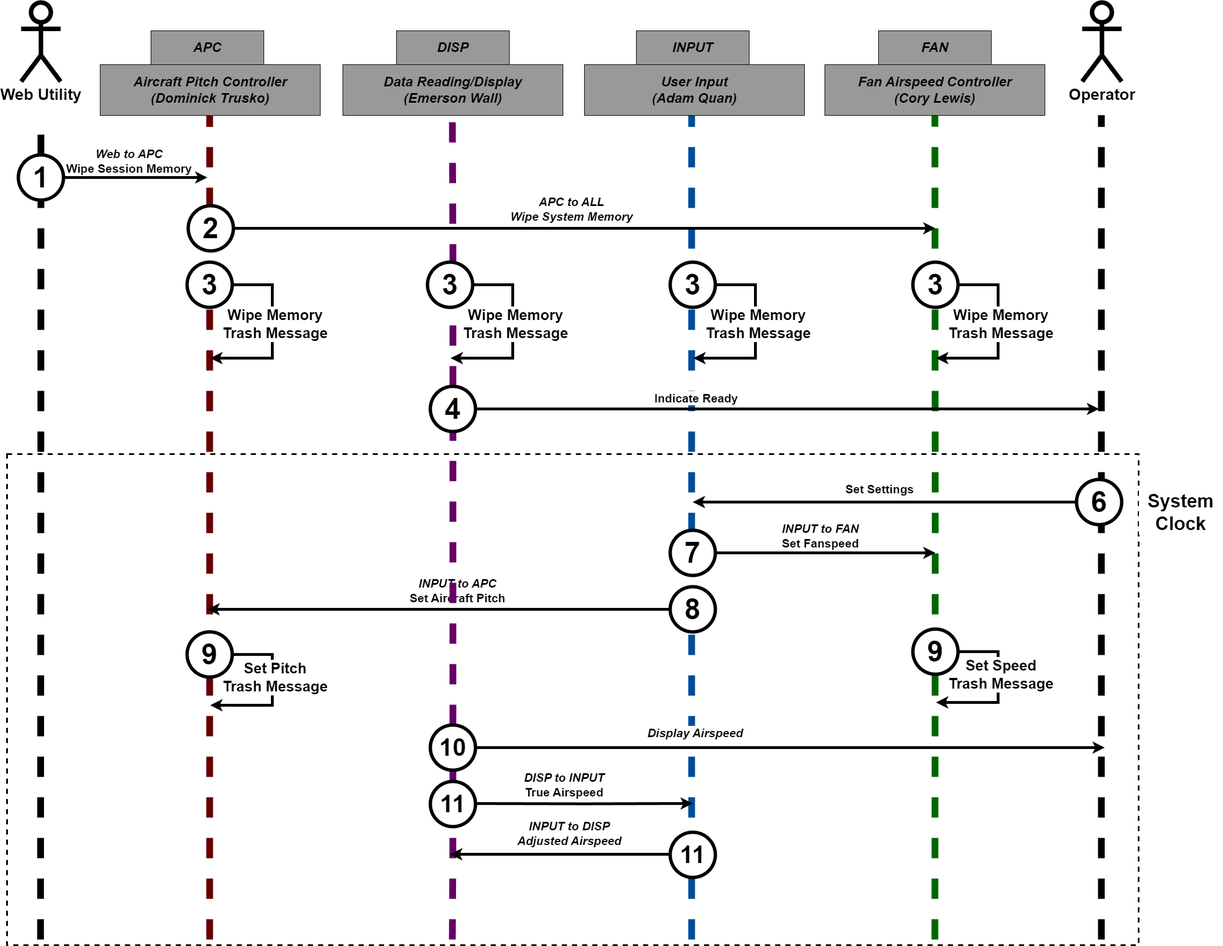
Earlier version of the draw.io export docs/Media/BlockDiagram/CommDiagram.png (RecPal/Group304EGR314.github.io). Source tidied: cells renumbered, new cells last; positions are measured from the earlier drawing's top-left corner, leaving out a move shared by most shapes.
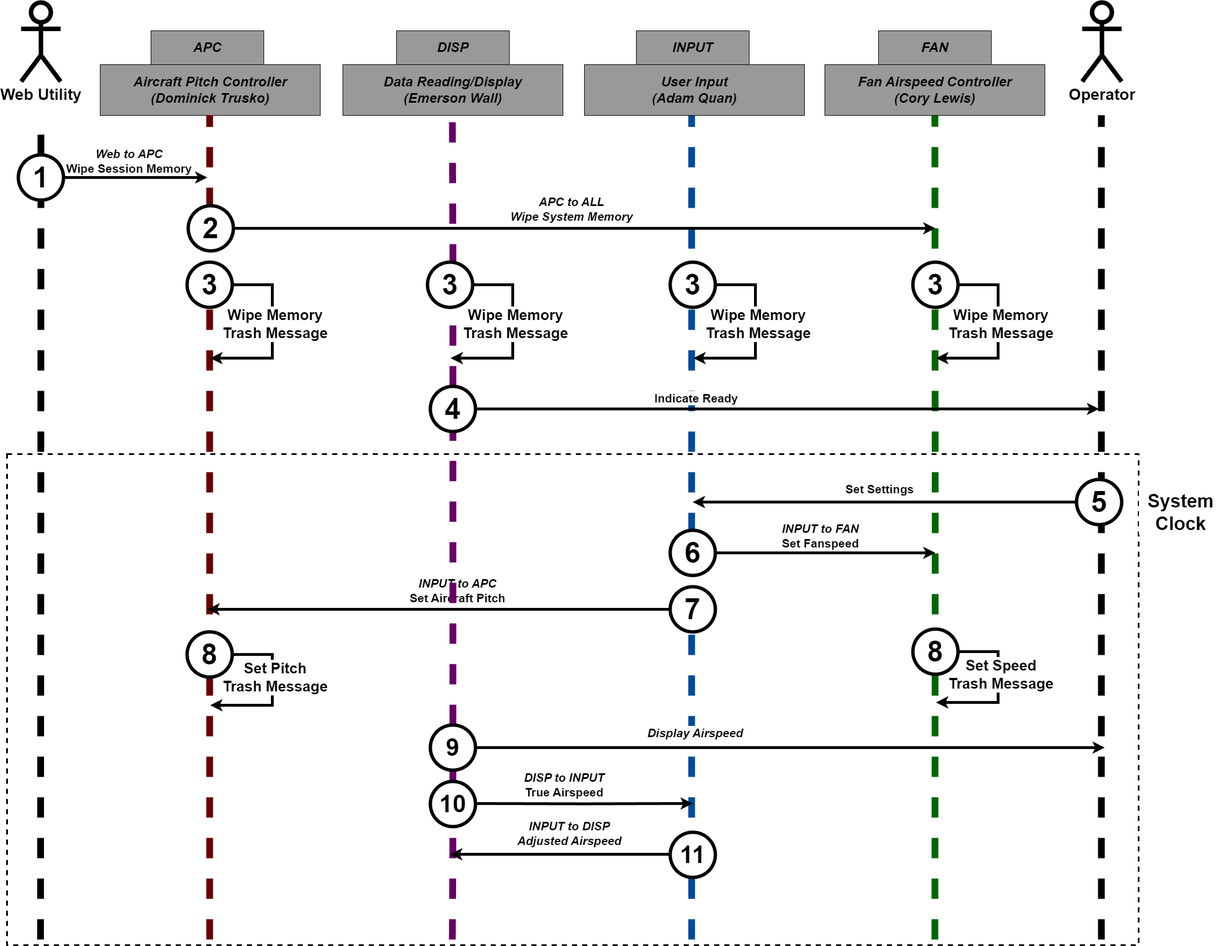
After the commit.

The edit, as a diff of the source:
```diff
@@ -100,7 +100,7 @@
         <mxPoint x="-134" y="-22" as="offset" />
       </mxGeometry>
     </mxCell>
-    <mxCell id="25" value="6" style="ellipse;whiteSpace=wrap;html=1;fontFamily=Helvetica;fontSize=51;fontColor=default;labelBackgroundColor=default;fontStyle=1;strokeWidth=6;" parent="1" vertex="1">
+    <mxCell id="25" value="5" style="ellipse;whiteSpace=wrap;html=1;fontFamily=Helvetica;fontSize=51;fontColor=default;labelBackgroundColor=default;fontStyle=1;strokeWidth=6;" parent="1" vertex="1">
       <mxGeometry x="1895" y="845" width="80" height="80" as="geometry" />
     </mxCell>
     <mxCell id="26" style="group;" parent="1" vertex="1">
@@ -116,7 +116,7 @@
         <mxPoint x="61" y="-33" as="offset" />
       </mxGeometry>
     </mxCell>
-    <mxCell id="29" value="7" style="ellipse;whiteSpace=wrap;html=1;fontFamily=Helvetica;fontSize=51;fontColor=default;labelBackgroundColor=default;fontStyle=1;strokeWidth=6;" parent="26" vertex="1">
+    <mxCell id="29" value="6" style="ellipse;whiteSpace=wrap;html=1;fontFamily=Helvetica;fontSize=51;fontColor=default;labelBackgroundColor=default;fontStyle=1;strokeWidth=6;" parent="26" vertex="1">
       <mxGeometry width="80" height="80" as="geometry" />
     </mxCell>
     <mxCell id="30" value="APC" style="rounded=0;whiteSpace=wrap;html=1;fillColor=#999999;fontStyle=3;fontSize=24;strokeColor=default;" parent="1" vertex="1">
@@ -144,7 +144,7 @@
         <mxPoint x="-118" y="-32" as="offset" />
       </mxGeometry>
     </mxCell>
-    <mxCell id="37" value="8" style="ellipse;whiteSpace=wrap;html=1;fontFamily=Helvetica;fontSize=51;fontColor=default;labelBackgroundColor=default;fontStyle=1;strokeWidth=6;" parent="34" vertex="1">
+    <mxCell id="37" value="7" style="ellipse;whiteSpace=wrap;html=1;fontFamily=Helvetica;fontSize=51;fontColor=default;labelBackgroundColor=default;fontStyle=1;strokeWidth=6;" parent="34" vertex="1">
       <mxGeometry x="820" width="80" height="80" as="geometry" />
     </mxCell>
     <mxCell id="38" style="edgeStyle=orthogonalEdgeStyle;shape=connector;rounded=0;jettySize=auto;html=1;exitX=1;exitY=0.5;exitDx=0;exitDy=0;strokeColor=default;strokeWidth=5;align=center;verticalAlign=middle;fontFamily=Helvetica;fontSize=14;fontColor=default;labelBackgroundColor=default;endArrow=classic;" parent="1" edge="1" source="40">
@@ -161,7 +161,7 @@
         <mxPoint y="-1" as="offset" />
       </mxGeometry>
     </mxCell>
-    <mxCell id="40" value="9" style="ellipse;whiteSpace=wrap;html=1;fontFamily=Helvetica;fontSize=51;fontColor=default;labelBackgroundColor=default;fontStyle=1;strokeWidth=6;" parent="1" vertex="1">
+    <mxCell id="40" value="8" style="ellipse;whiteSpace=wrap;html=1;fontFamily=Helvetica;fontSize=51;fontColor=default;labelBackgroundColor=default;fontStyle=1;strokeWidth=6;" parent="1" vertex="1">
       <mxGeometry x="319" y="1115" width="80" height="80" as="geometry" />
     </mxCell>
     <mxCell id="41" style="edgeStyle=orthogonalEdgeStyle;shape=connector;rounded=0;jettySize=auto;html=1;exitX=1;exitY=0.5;exitDx=0;exitDy=0;strokeColor=default;strokeWidth=5;align=center;verticalAlign=middle;fontFamily=Helvetica;fontSize=14;fontColor=default;labelBackgroundColor=default;endArrow=classic;" parent="1" edge="1" source="43">
@@ -178,7 +178,7 @@
         <mxPoint y="-1" as="offset" />
       </mxGeometry>
     </mxCell>
-    <mxCell id="43" value="9" style="ellipse;whiteSpace=wrap;html=1;fontFamily=Helvetica;fontSize=51;fontColor=default;labelBackgroundColor=default;fontStyle=1;strokeWidth=6;" parent="1" vertex="1">
+    <mxCell id="43" value="8" style="ellipse;whiteSpace=wrap;html=1;fontFamily=Helvetica;fontSize=51;fontColor=default;labelBackgroundColor=default;fontStyle=1;strokeWidth=6;" parent="1" vertex="1">
       <mxGeometry x="1605" y="1110" width="80" height="80" as="geometry" />
     </mxCell>
     <mxCell id="44" value="&lt;b&gt;System Clock&lt;/b&gt;" style="text;html=1;align=center;verticalAlign=middle;whiteSpace=wrap;rounded=0;fontFamily=Helvetica;fontSize=33;fontColor=default;labelBackgroundColor=default;" parent="1" vertex="1">
@@ -302,7 +302,7 @@
     <mxCell id="70" style="endArrow=none;dashed=1;html=1;rounded=0;strokeColor=#660066;strokeWidth=12;align=center;verticalAlign=middle;fontFamily=Helvetica;fontSize=14;fontColor=default;labelBackgroundColor=default;edgeStyle=orthogonalEdgeStyle;entryX=0.5;entryY=1;entryDx=0;entryDy=0;" parent="1" edge="1" source="73" target="71">
       <mxGeometry relative="1" as="geometry" />
     </mxCell>
-    <mxCell id="71" value="10" style="ellipse;whiteSpace=wrap;html=1;fontFamily=Helvetica;fontSize=43;fontColor=default;labelBackgroundColor=default;fontStyle=1;strokeWidth=6;" parent="1" vertex="1">
+    <mxCell id="71" value="9" style="ellipse;whiteSpace=wrap;html=1;fontFamily=Helvetica;fontSize=43;fontColor=default;labelBackgroundColor=default;fontStyle=1;strokeWidth=6;" parent="1" vertex="1">
       <mxGeometry x="750" y="1280" width="80" height="80" as="geometry" />
     </mxCell>
     <mxCell id="72" style="endArrow=none;dashed=1;html=1;rounded=0;strokeColor=#660066;strokeWidth=12;align=center;verticalAlign=middle;fontFamily=Helvetica;fontSize=14;fontColor=default;labelBackgroundColor=default;edgeStyle=orthogonalEdgeStyle;entryX=0.5;entryY=1;entryDx=0;entryDy=0;" parent="1" edge="1" target="73">
@@ -310,7 +310,7 @@
         <mxPoint x="789" y="1660" as="sourcePoint" />
       </mxGeometry>
     </mxCell>
-    <mxCell id="73" value="11" style="ellipse;whiteSpace=wrap;html=1;fontFamily=Helvetica;fontSize=43;fontColor=default;labelBackgroundColor=default;fontStyle=1;strokeWidth=6;" parent="1" vertex="1">
+    <mxCell id="73" value="10" style="ellipse;whiteSpace=wrap;html=1;fontFamily=Helvetica;fontSize=43;fontColor=default;labelBackgroundColor=default;fontStyle=1;strokeWidth=6;" parent="1" vertex="1">
       <mxGeometry x="750" y="1380" width="80" height="80" as="geometry" />
     </mxCell>
     <mxCell id="74" style="edgeStyle=orthogonalEdgeStyle;shape=connector;rounded=0;orthogonalLoop=1;jettySize=auto;html=1;exitX=1;exitY=0.5;exitDx=0;exitDy=0;strokeColor=default;strokeWidth=5;align=center;verticalAlign=middle;fontFamily=Helvetica;fontSize=14;fontColor=default;labelBackgroundColor=default;endArrow=classic;" parent="1" edge="1">
```
